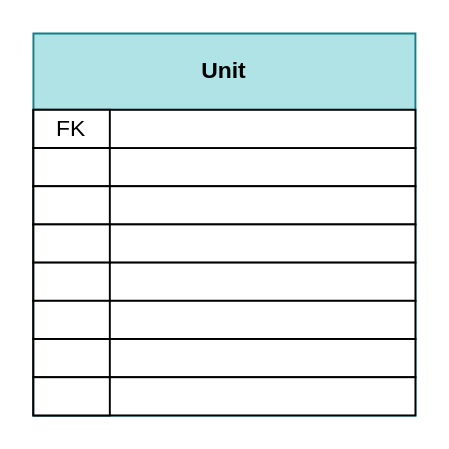
Before: genc_gelecek.drawio in melihkaragoz/docs, a draw.io diagram. Source tidied: cells renumbered, new cells numbered last; positions are measured from the earlier drawing's top-left corner, leaving out a move shared by most shapes. Both pictures are drawn from the tidied source at 191%, with x=0, y=0 at pixel (32, 32).
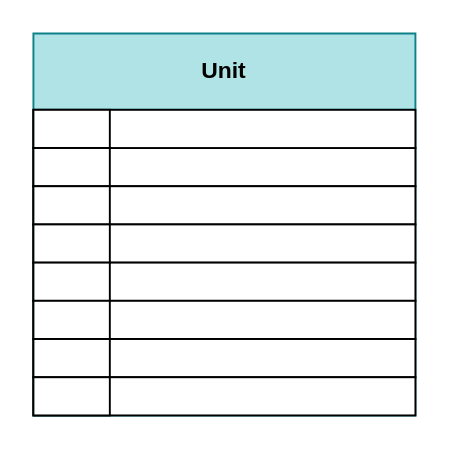
The same diagram, later.

Commit message:
Update db_table scheme

The edit, as a diff of the source:
```diff
@@
 <mxGraphModel>
   <root>
     <mxCell id="0" />
     <mxCell id="1" parent="0" />
     <mxCell id="2" value="Unit" style="swimlane;whiteSpace=wrap;html=1;fillColor=#b0e3e6;strokeColor=#0e8088;startSize=40;" parent="1" vertex="1">
       <mxGeometry width="200" height="200" as="geometry" />
     </mxCell>
     <mxCell id="3" style="whiteSpace=wrap;html=1;" parent="2" vertex="1">
       <mxGeometry y="60" width="200" height="20" as="geometry" />
     </mxCell>
     <mxCell id="4" style="whiteSpace=wrap;html=1;" parent="2" vertex="1">
       <mxGeometry y="40" width="200" height="20" as="geometry" />
     </mxCell>
-    <mxCell id="5" value="FK" style="rounded=0;whiteSpace=wrap;html=1;" parent="2" vertex="1">
+    <mxCell id="5" style="rounded=0;whiteSpace=wrap;html=1;" parent="2" vertex="1">
       <mxGeometry y="40" width="40" height="20" as="geometry" />
     </mxCell>
     <mxCell id="6" style="whiteSpace=wrap;html=1;" parent="2" vertex="1">
       <mxGeometry y="80" width="200" height="20" as="geometry" />
     </mxCell>
     <mxCell id="7" style="whiteSpace=wrap;html=1;" parent="2" vertex="1">
       <mxGeometry y="100" width="200" height="20" as="geometry" />
     </mxCell>
     <mxCell id="8" style="whiteSpace=wrap;html=1;" parent="2" vertex="1">
       <mxGeometry y="120" width="200" height="20" as="geometry" />
     </mxCell>
     <mxCell id="9" style="rounded=0;whiteSpace=wrap;html=1;" parent="2" vertex="1">
       <mxGeometry y="60" width="40" height="20" as="geometry" />
     </mxCell>
     <mxCell id="10" style="whiteSpace=wrap;html=1;" parent="2" vertex="1">
       <mxGeometry y="140" width="200" height="20" as="geometry" />
     </mxCell>
     <mxCell id="11" style="whiteSpace=wrap;html=1;" parent="2" vertex="1">
       <mxGeometry y="160" width="200" height="20" as="geometry" />
     </mxCell>
     <mxCell id="12" style="whiteSpace=wrap;html=1;" parent="2" vertex="1">
       <mxGeometry y="180" width="200" height="20" as="geometry" />
     </mxCell>
     <mxCell id="13" style="rounded=0;whiteSpace=wrap;html=1;" parent="2" vertex="1">
       <mxGeometry y="80" width="40" height="20" as="geometry" />
     </mxCell>
     <mxCell id="14" style="rounded=0;whiteSpace=wrap;html=1;" parent="2" vertex="1">
       <mxGeometry y="100" width="40" height="20" as="geometry" />
     </mxCell>
     <mxCell id="15" style="rounded=0;whiteSpace=wrap;html=1;" parent="2" vertex="1">
       <mxGeometry y="120" width="40" height="20" as="geometry" />
     </mxCell>
     <mxCell id="16" style="rounded=0;whiteSpace=wrap;html=1;" parent="2" vertex="1">
       <mxGeometry y="140" width="40" height="20" as="geometry" />
     </mxCell>
     <mxCell id="17" style="rounded=0;whiteSpace=wrap;html=1;" parent="2" vertex="1">
       <mxGeometry y="160" width="40" height="20" as="geometry" />
     </mxCell>
     <mxCell id="18" style="rounded=0;whiteSpace=wrap;html=1;" parent="2" vertex="1">
       <mxGeometry y="180" width="40" height="20" as="geometry" />
     </mxCell>
   </root>
 </mxGraphModel>
```
